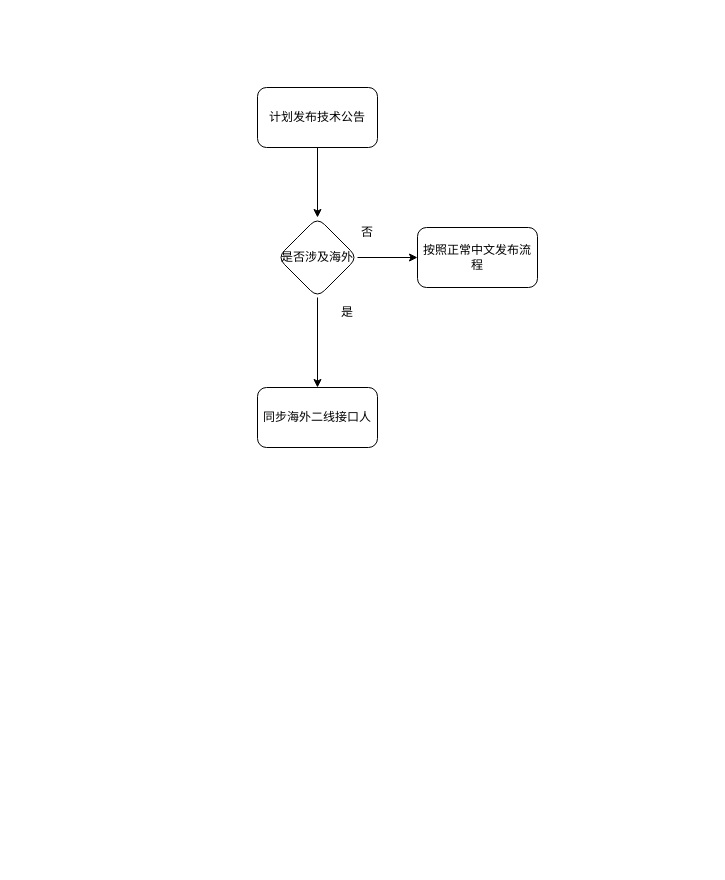
Before: page "海外技术公告整改流程" (14 of 14) of 未命名绘图.drawio in linglingoo/liucheng2, a draw.io diagram. Source tidied: cells renumbered, new cells numbered last; positions are measured from the earlier drawing's top-left corner, leaving out a move shared by most shapes. Both pictures are drawn from the tidied source at 100%, with x=0, y=0 at pixel (257, 87).
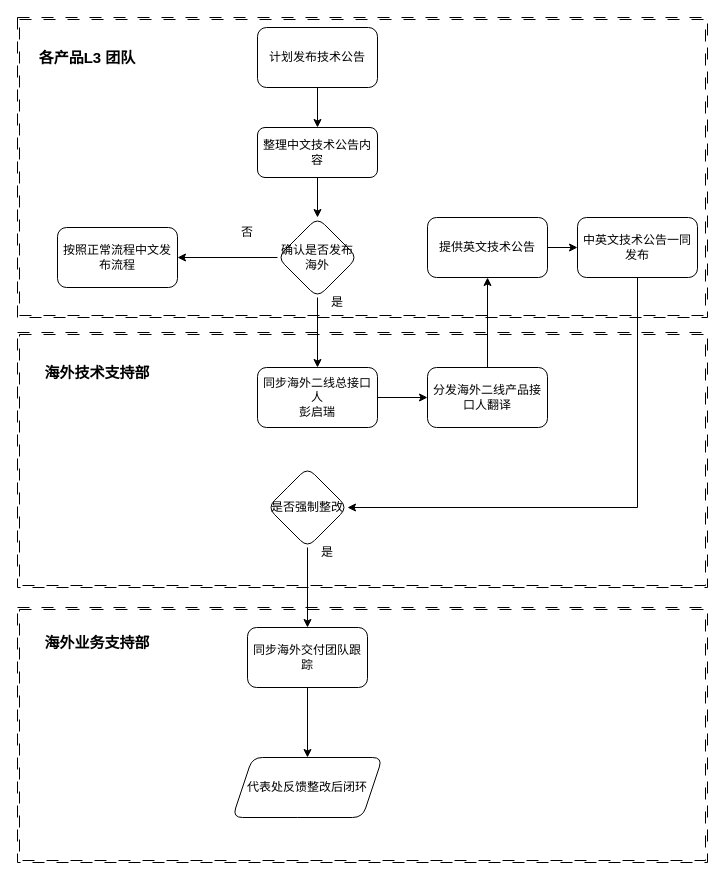
The same page after the edit.

Commit message:
更新未命名绘图.drawio

The edit, as a diff of the source:
```diff
@@
-    <mxCell id="2" style="edgeStyle=orthogonalEdgeStyle;rounded=0;jettySize=auto;html=1;" parent="1" edge="1" source="3" target="6">
-      <mxGeometry relative="1" as="geometry" />
-    </mxCell>
+    <mxCell id="11" style="shape=ext;double=1;rounded=0;whiteSpace=wrap;html=1;dashed=1;dashPattern=12 12;" parent="1" vertex="1">
+      <mxGeometry x="-240" y="520" width="690" height="255" as="geometry" />
+    </mxCell>
+    <mxCell id="12" style="shape=ext;double=1;rounded=0;whiteSpace=wrap;html=1;dashed=1;dashPattern=12 12;" parent="1" vertex="1">
+      <mxGeometry x="-240" y="245" width="690" height="255" as="geometry" />
+    </mxCell>
+    <mxCell id="13" style="shape=ext;double=1;rounded=0;whiteSpace=wrap;html=1;dashed=1;dashPattern=12 12;" parent="1" vertex="1">
+      <mxGeometry x="-240" y="-70" width="690" height="300" as="geometry" />
+    </mxCell>
+    <mxCell id="14" style="edgeStyle=orthogonalEdgeStyle;rounded=0;jettySize=auto;html=1;" parent="1" edge="1" source="3" target="27">
+      <mxGeometry relative="1" as="geometry" />
+    </mxCell>
     <mxCell id="3" value="计划发布技术公告" style="rounded=1;whiteSpace=wrap;html=1;" parent="1" vertex="1">
-      <mxGeometry width="120" height="60" as="geometry" />
+      <mxGeometry y="-60" width="120" height="60" as="geometry" />
     </mxCell>
@@
-    <mxCell id="6" value="是否涉及海外" style="rhombus;whiteSpace=wrap;html=1;rounded=1;" parent="1" vertex="1">
+    <mxCell id="6" value="确认是否发布海外" style="rhombus;whiteSpace=wrap;html=1;rounded=1;" parent="1" vertex="1">
       <mxGeometry x="20" y="130" width="80" height="80" as="geometry" />
     </mxCell>
-    <mxCell id="7" value="按照正常中文发布流程" style="whiteSpace=wrap;html=1;rounded=1;" parent="1" vertex="1">
-      <mxGeometry x="160" y="140" width="120" height="60" as="geometry" />
+    <mxCell id="7" value="按照正常流程中文发布流程" style="whiteSpace=wrap;html=1;rounded=1;" parent="1" vertex="1">
+      <mxGeometry x="-200" y="140" width="120" height="60" as="geometry" />
     </mxCell>
+    <mxCell id="15" style="edgeStyle=orthogonalEdgeStyle;rounded=0;jettySize=auto;html=1;" parent="1" edge="1" source="8" target="17">
+      <mxGeometry relative="1" as="geometry" />
+    </mxCell>
-    <mxCell id="8" value="同步海外二线接口人" style="whiteSpace=wrap;html=1;rounded=1;" parent="1" vertex="1">
-      <mxGeometry y="300" width="120" height="60" as="geometry" />
+    <mxCell id="8" value="同步海外二线总接口人&lt;br&gt;彭启瑞" style="whiteSpace=wrap;html=1;rounded=1;" parent="1" vertex="1">
+      <mxGeometry y="280" width="120" height="60" as="geometry" />
     </mxCell>
     <mxCell id="9" value="是" style="text;html=1;whiteSpace=wrap;strokeColor=none;fillColor=none;align=center;verticalAlign=middle;rounded=0;" parent="1" vertex="1">
-      <mxGeometry x="60" y="210" width="60" height="30" as="geometry" />
+      <mxGeometry x="50" y="200" width="60" height="30" as="geometry" />
     </mxCell>
     <mxCell id="10" value="否" style="text;html=1;whiteSpace=wrap;strokeColor=none;fillColor=none;align=center;verticalAlign=middle;rounded=0;" parent="1" vertex="1">
-      <mxGeometry x="80" y="130" width="60" height="30" as="geometry" />
+      <mxGeometry x="-40" y="130" width="60" height="30" as="geometry" />
     </mxCell>
+    <mxCell id="16" style="edgeStyle=orthogonalEdgeStyle;rounded=0;jettySize=auto;html=1;" parent="1" edge="1" source="17" target="19">
+      <mxGeometry relative="1" as="geometry" />
+    </mxCell>
+    <mxCell id="17" value="分发海外二线产品接口人翻译" style="rounded=1;whiteSpace=wrap;html=1;" parent="1" vertex="1">
+      <mxGeometry x="170" y="280" width="120" height="60" as="geometry" />
+    </mxCell>
+    <mxCell id="18" style="edgeStyle=orthogonalEdgeStyle;rounded=0;jettySize=auto;html=1;" parent="1" edge="1" source="19" target="29">
+      <mxGeometry relative="1" as="geometry" />
+    </mxCell>
+    <mxCell id="19" value="提供英文技术公告" style="whiteSpace=wrap;html=1;rounded=1;" parent="1" vertex="1">
+      <mxGeometry x="170" y="130" width="120" height="60" as="geometry" />
+    </mxCell>
+    <mxCell id="20" style="edgeStyle=orthogonalEdgeStyle;rounded=0;jettySize=auto;html=1;" parent="1" edge="1" source="21" target="23">
+      <mxGeometry relative="1" as="geometry" />
+    </mxCell>
+    <mxCell id="21" value="是否强制整改" style="rhombus;whiteSpace=wrap;html=1;rounded=1;" parent="1" vertex="1">
+      <mxGeometry x="10" y="380" width="80" height="80" as="geometry" />
+    </mxCell>
+    <mxCell id="22" style="edgeStyle=orthogonalEdgeStyle;rounded=0;jettySize=auto;html=1;" parent="1" edge="1" source="23" target="25">
+      <mxGeometry relative="1" as="geometry" />
+    </mxCell>
+    <mxCell id="23" value="同步海外交付团队跟踪" style="whiteSpace=wrap;html=1;rounded=1;" parent="1" vertex="1">
+      <mxGeometry x="-10" y="540" width="120" height="60" as="geometry" />
+    </mxCell>
+    <mxCell id="24" value="是" style="text;html=1;whiteSpace=wrap;strokeColor=none;fillColor=none;align=center;verticalAlign=middle;rounded=0;" parent="1" vertex="1">
+      <mxGeometry x="40" y="450" width="60" height="30" as="geometry" />
+    </mxCell>
+    <mxCell id="25" value="代表处反馈整改后闭环" style="shape=parallelogram;perimeter=parallelogramPerimeter;whiteSpace=wrap;html=1;fixedSize=1;rounded=1;" parent="1" vertex="1">
+      <mxGeometry x="-25" y="670" width="150" height="60" as="geometry" />
+    </mxCell>
+    <mxCell id="26" style="edgeStyle=orthogonalEdgeStyle;rounded=0;jettySize=auto;html=1;" parent="1" edge="1" source="27" target="6">
+      <mxGeometry relative="1" as="geometry" />
+    </mxCell>
+    <mxCell id="27" value="整理中文技术公告内容" style="whiteSpace=wrap;html=1;rounded=1;" parent="1" vertex="1">
+      <mxGeometry y="40" width="120" height="50" as="geometry" />
+    </mxCell>
+    <mxCell id="28" style="edgeStyle=orthogonalEdgeStyle;rounded=0;jettySize=auto;html=1;entryX=1;entryY=0.5;entryDx=0;entryDy=0;" parent="1" edge="1" source="29" target="21">
+      <mxGeometry relative="1" as="geometry">
+        <Array as="points">
+          <mxPoint x="380" y="420" />
+        </Array>
+      </mxGeometry>
+    </mxCell>
+    <mxCell id="29" value="中英文技术公告一同发布" style="whiteSpace=wrap;html=1;rounded=1;" parent="1" vertex="1">
+      <mxGeometry x="320" y="130" width="120" height="60" as="geometry" />
+    </mxCell>
+    <mxCell id="30" value="各产品L3 团队" style="text;html=1;whiteSpace=wrap;strokeColor=none;fillColor=none;align=center;verticalAlign=middle;rounded=0;fontStyle=1;fontSize=15;" parent="1" vertex="1">
+      <mxGeometry x="-220" y="-45" width="100" height="30" as="geometry" />
+    </mxCell>
+    <mxCell id="31" value="海外技术支持部" style="text;html=1;whiteSpace=wrap;strokeColor=none;fillColor=none;align=center;verticalAlign=middle;rounded=0;fontStyle=1;fontSize=15;" parent="1" vertex="1">
+      <mxGeometry x="-220" y="270" width="120" height="30" as="geometry" />
+    </mxCell>
+    <mxCell id="32" value="海外业务支持部" style="text;html=1;whiteSpace=wrap;strokeColor=none;fillColor=none;align=center;verticalAlign=middle;rounded=0;fontStyle=1;fontSize=15;" parent="1" vertex="1">
+      <mxGeometry x="-220" y="540" width="120" height="30" as="geometry" />
+    </mxCell>
```
